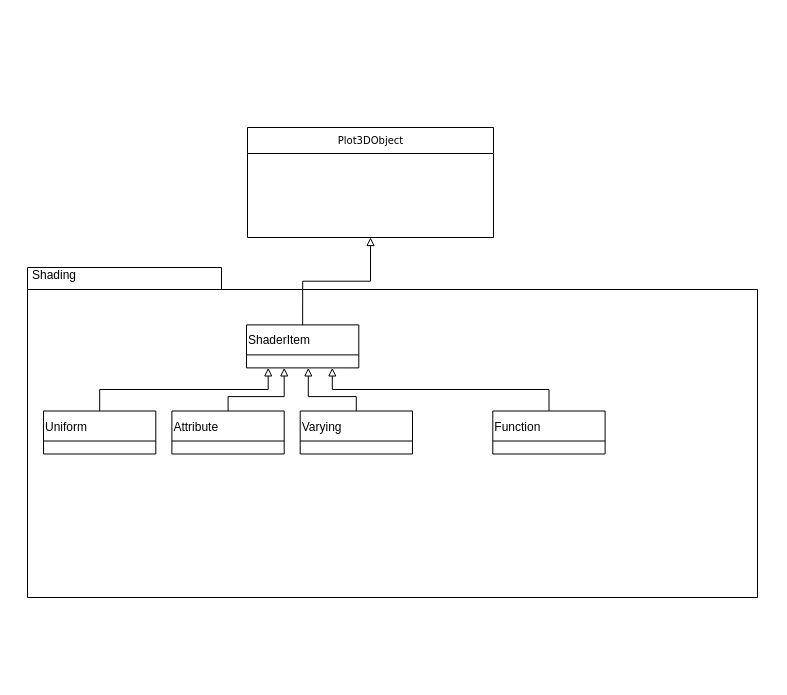
This is public/doc/shaderBuilderClasses.drawio from etk66296/Plot3D, a draw.io file, before an edit. Source tidied: cells renumbered, new cells numbered last; positions are measured from the earlier drawing's top-left corner, leaving out a move shared by most shapes. Both pictures are drawn from the tidied source at 100%, with x=0, y=0 at pixel (27, 127).
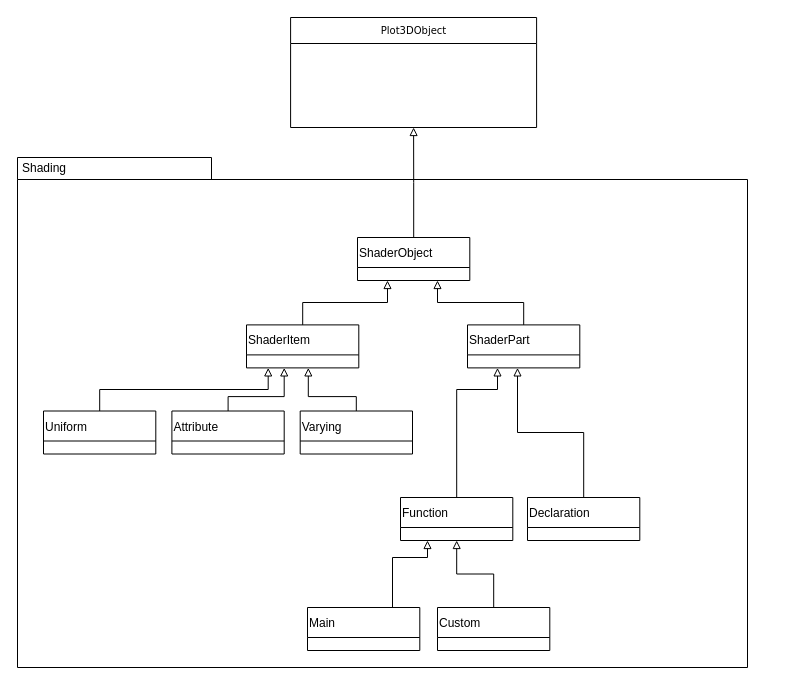
After the change.

Commit message (it also covers changes not shown here):
start building a shader model for creating shaders

Unchanged cells that the change refers to:
```xml
<mxCell id="5" value="ShaderItem" style="swimlane;fontStyle=0;horizontal=1;startSize=30;align=left;" parent="2" vertex="1">
  <mxGeometry x="219" y="57.4" width="112.3" height="43" as="geometry" />
</mxCell>
```

Change to the diagram source:
```diff
@@
-    <mxCell id="2" style="group;" parent="1" vertex="1">
-      <mxGeometry y="140" width="730" height="330" as="geometry" />
-    </mxCell>
+    <mxCell id="16" style="group;" parent="1" vertex="1">
+      <mxGeometry x="-10" y="30" width="730" height="510" as="geometry" />
+    </mxCell>
-    <mxCell id="3" style="shape=folder;fontStyle=1;spacingTop=10;tabWidth=194;tabHeight=22;tabPosition=left;html=1;rounded=0;shadow=0;comic=0;labelBackgroundColor=none;strokeWidth=1;fillColor=none;fontFamily=Verdana;fontSize=10;align=center;" parent="2" vertex="1">
-      <mxGeometry width="730" height="330" as="geometry" />
+    <mxCell id="3" style="shape=folder;fontStyle=1;spacingTop=10;tabWidth=194;tabHeight=22;tabPosition=left;html=1;rounded=0;shadow=0;comic=0;labelBackgroundColor=none;strokeWidth=1;fillColor=none;fontFamily=Verdana;fontSize=10;align=center;" parent="16" vertex="1">
+      <mxGeometry width="730" height="510" as="geometry" />
     </mxCell>
-    <mxCell id="4" value="Shading" style="text;html=1;strokeColor=none;fillColor=none;align=left;verticalAlign=middle;whiteSpace=wrap;rounded=0;" parent="2" vertex="1">
-      <mxGeometry x="3.2" width="152.4" height="16.5" as="geometry" />
+    <mxCell id="4" value="Shading" style="text;html=1;strokeColor=none;fillColor=none;align=left;verticalAlign=middle;whiteSpace=wrap;rounded=0;" parent="16" vertex="1">
+      <mxGeometry x="3.2" y="3" width="152.4" height="16.5" as="geometry" />
     </mxCell>
+    <mxCell id="17" value="ShaderObject" style="swimlane;fontStyle=0;horizontal=1;startSize=30;align=left;" parent="16" vertex="1">
+      <mxGeometry x="340" y="80" width="112.3" height="43" as="geometry" />
+    </mxCell>
+    <mxCell id="2" style="group;" parent="1" vertex="1">
+      <mxGeometry y="140" width="742.3" height="410" as="geometry" />
+    </mxCell>
@@
-    <mxCell id="12" style="edgeStyle=orthogonalEdgeStyle;rounded=0;jettySize=auto;html=1;endArrow=block;endFill=0;" parent="2" edge="1" source="13" target="5">
+    <mxCell id="12" style="edgeStyle=orthogonalEdgeStyle;rounded=0;jettySize=auto;html=1;endArrow=block;endFill=0;" parent="2" edge="1" source="13" target="18">
       <mxGeometry relative="1" as="geometry">
         <Array as="points">
-          <mxPoint x="521.4" y="122" />
-          <mxPoint x="304.8" y="122" />
+          <mxPoint x="429" y="122" />
+          <mxPoint x="470" y="122" />
         </Array>
       </mxGeometry>
     </mxCell>
     <mxCell id="13" value="Function" style="swimlane;fontStyle=0;horizontal=1;startSize=30;align=left;" parent="2" vertex="1">
-      <mxGeometry x="465.3" y="143.5" width="112.3" height="43" as="geometry" />
+      <mxGeometry x="373" y="230" width="112.3" height="43" as="geometry" />
     </mxCell>
+    <mxCell id="18" value="ShaderPart" style="swimlane;fontStyle=0;horizontal=1;startSize=30;align=left;" parent="2" vertex="1">
+      <mxGeometry x="440" y="57.4" width="112.3" height="43" as="geometry" />
+    </mxCell>
+    <mxCell id="19" style="edgeStyle=orthogonalEdgeStyle;rounded=0;jettySize=auto;html=1;endArrow=block;endFill=0;" parent="2" edge="1" source="20" target="18">
+      <mxGeometry relative="1" as="geometry">
+        <Array as="points">
+          <mxPoint x="556" y="165" />
+          <mxPoint x="490" y="165" />
+        </Array>
+      </mxGeometry>
+    </mxCell>
+    <mxCell id="20" value="Declaration" style="swimlane;fontStyle=0;horizontal=1;startSize=30;align=left;" parent="2" vertex="1">
+      <mxGeometry x="500" y="230" width="112.3" height="43" as="geometry" />
+    </mxCell>
+    <mxCell id="21" style="edgeStyle=orthogonalEdgeStyle;rounded=0;jettySize=auto;html=1;endArrow=block;endFill=0;" parent="2" edge="1" source="22" target="13">
+      <mxGeometry relative="1" as="geometry">
+        <Array as="points">
+          <mxPoint x="365" y="290" />
+          <mxPoint x="400" y="290" />
+        </Array>
+      </mxGeometry>
+    </mxCell>
+    <mxCell id="22" value="Main" style="swimlane;fontStyle=0;horizontal=1;startSize=30;align=left;" parent="2" vertex="1">
+      <mxGeometry x="280" y="340" width="112.3" height="43" as="geometry" />
+    </mxCell>
+    <mxCell id="23" style="edgeStyle=orthogonalEdgeStyle;rounded=0;jettySize=auto;html=1;endArrow=block;endFill=0;" parent="2" edge="1" source="24" target="13">
+      <mxGeometry relative="1" as="geometry" />
+    </mxCell>
+    <mxCell id="24" value="Custom" style="swimlane;fontStyle=0;horizontal=1;startSize=30;align=left;" parent="2" vertex="1">
+      <mxGeometry x="410" y="340" width="112.3" height="43" as="geometry" />
+    </mxCell>
     <mxCell id="14" value="Plot3DObject" style="swimlane;html=1;fontStyle=0;horizontal=1;startSize=26;fillColor=none;swimlaneFillColor=#ffffff;rounded=0;shadow=0;comic=0;labelBackgroundColor=none;strokeWidth=1;fontFamily=Verdana;fontSize=10;align=center;" parent="1" vertex="1">
-      <mxGeometry x="220" width="246" height="110" as="geometry" />
+      <mxGeometry x="263.1" y="-110" width="246" height="110" as="geometry" />
     </mxCell>
-    <mxCell id="15" style="edgeStyle=orthogonalEdgeStyle;rounded=0;jettySize=auto;html=1;exitX=0.5;exitY=0;exitDx=0;exitDy=0;entryX=0.5;entryY=1;entryDx=0;entryDy=0;endArrow=block;endFill=0;" parent="1" edge="1" source="5" target="14">
-      <mxGeometry relative="1" as="geometry" />
-    </mxCell>
+    <mxCell id="25" style="edgeStyle=orthogonalEdgeStyle;rounded=0;jettySize=auto;html=1;endArrow=block;endFill=0;" parent="1" edge="1" source="5" target="17">
+      <mxGeometry relative="1" as="geometry">
+        <Array as="points">
+          <mxPoint x="275" y="175" />
+          <mxPoint x="360" y="175" />
+        </Array>
+      </mxGeometry>
+    </mxCell>
+    <mxCell id="26" style="edgeStyle=orthogonalEdgeStyle;rounded=0;jettySize=auto;html=1;endArrow=block;endFill=0;" parent="1" edge="1" source="18" target="17">
+      <mxGeometry relative="1" as="geometry">
+        <Array as="points">
+          <mxPoint x="496" y="175" />
+          <mxPoint x="410" y="175" />
+        </Array>
+      </mxGeometry>
+    </mxCell>
+    <mxCell id="27" style="edgeStyle=orthogonalEdgeStyle;rounded=0;jettySize=auto;html=1;endArrow=block;endFill=0;" parent="1" edge="1" source="17" target="14">
+      <mxGeometry relative="1" as="geometry" />
+    </mxCell>
```
